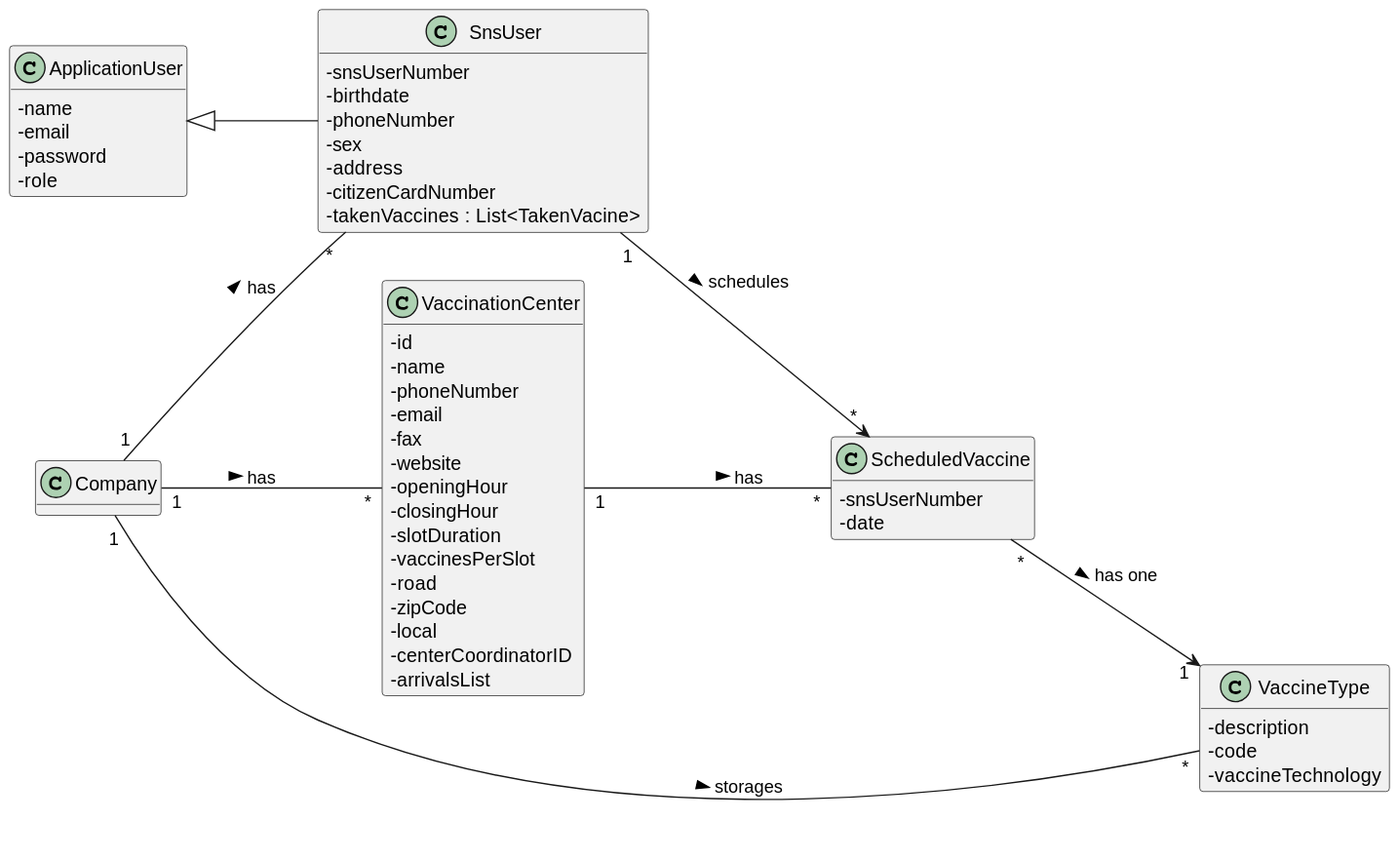
Pirussa/lei-22-s2-1da-g02 keeps this PlantUML diagram as docs/SprintC/US002/US002_DM.svg. Above is the earlier version.
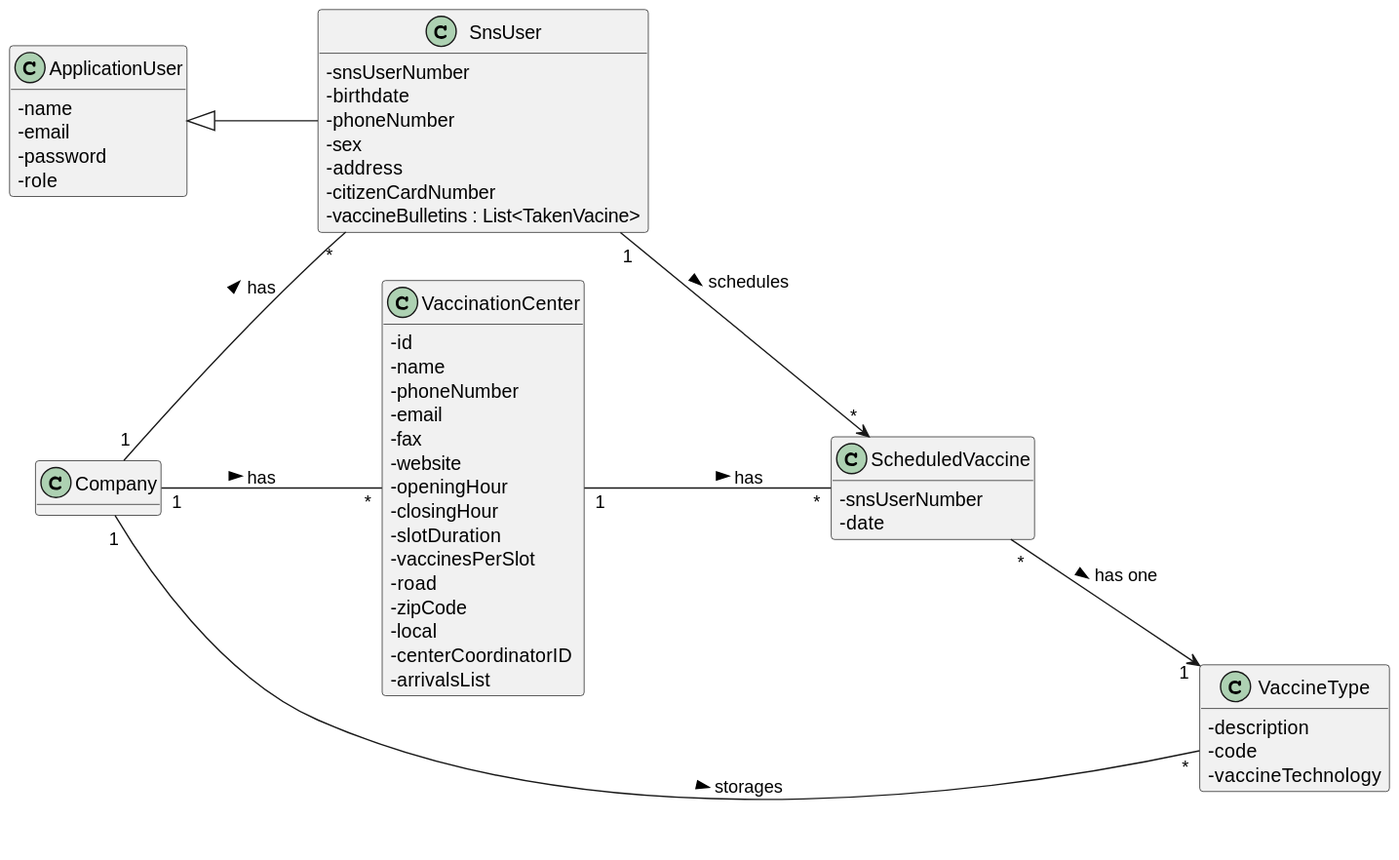
The same file after the commit.

The edit, as a diff of the source:
```diff
@@ -12,7 +12,7 @@
 -sex
 -address
 -citizenCardNumber
--takenVaccines : List<TakenVacine>
+-vaccineBulletins : List<TakenVacine>
 }
 
 
```
